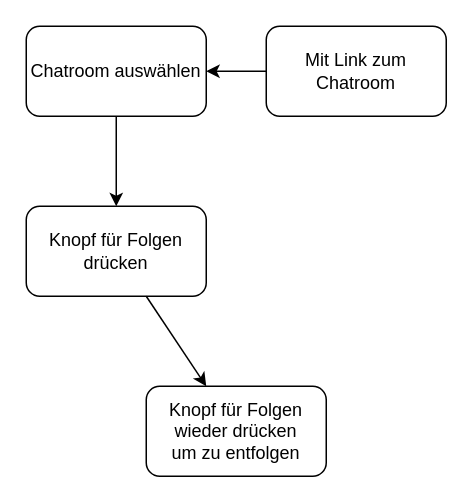
This is UseCaseChatroomFolgen.drawio from AnoAsked/Documentation, a draw.io file, before an edit. Source tidied: cells renumbered, new cells numbered last; positions are measured from the earlier drawing's top-left corner, leaving out a move shared by most shapes. Both pictures are drawn from the tidied source at 150%, with x=0, y=0 at pixel (26, 26).
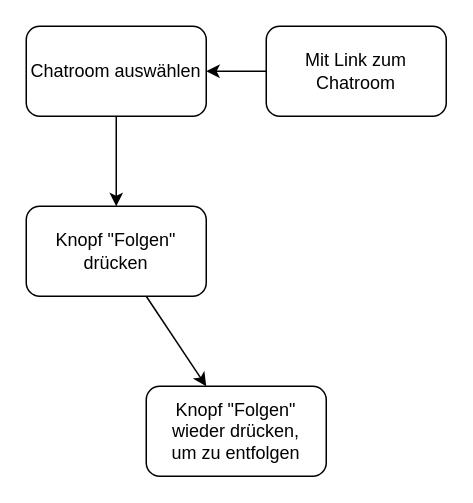
The same page after the edit.

The edit, as a diff of the source:
```diff
@@
 <mxGraphModel>
   <root>
     <mxCell id="0" />
     <mxCell id="1" parent="0" />
     <mxCell id="2" value="Chatroom auswählen" style="rounded=1;whiteSpace=wrap;html=1;" parent="1" vertex="1">
       <mxGeometry width="120" height="60" as="geometry" />
     </mxCell>
     <mxCell id="3" value="Mit Link zum Chatroom" style="rounded=1;whiteSpace=wrap;html=1;" parent="1" vertex="1">
       <mxGeometry x="160" width="120" height="60" as="geometry" />
     </mxCell>
     <mxCell id="4" style="endArrow=classic;html=1;rounded=0;" parent="1" edge="1" source="3" target="2">
       <mxGeometry relative="1" as="geometry" />
     </mxCell>
-    <mxCell id="5" value="Knopf für Folgen drücken" style="rounded=1;whiteSpace=wrap;html=1;" parent="1" vertex="1">
+    <mxCell id="5" value="Knopf &quot;Folgen&quot; drücken" style="rounded=1;whiteSpace=wrap;html=1;" parent="1" vertex="1">
       <mxGeometry y="120" width="120" height="60" as="geometry" />
     </mxCell>
-    <mxCell id="6" value="Knopf für Folgen wieder drücken&lt;br&gt;um zu entfolgen" style="rounded=1;whiteSpace=wrap;html=1;" parent="1" vertex="1">
+    <mxCell id="6" value="Knopf &quot;Folgen&quot; wieder drücken,&lt;br&gt;um zu entfolgen" style="rounded=1;whiteSpace=wrap;html=1;" parent="1" vertex="1">
       <mxGeometry x="80" y="240" width="120" height="60" as="geometry" />
     </mxCell>
     <mxCell id="7" style="endArrow=classic;html=1;rounded=0;" parent="1" edge="1" source="2" target="5">
       <mxGeometry relative="1" as="geometry" />
     </mxCell>
     <mxCell id="8" style="endArrow=classic;html=1;rounded=0;" parent="1" edge="1" source="5" target="6">
       <mxGeometry relative="1" as="geometry" />
     </mxCell>
   </root>
 </mxGraphModel>
```
